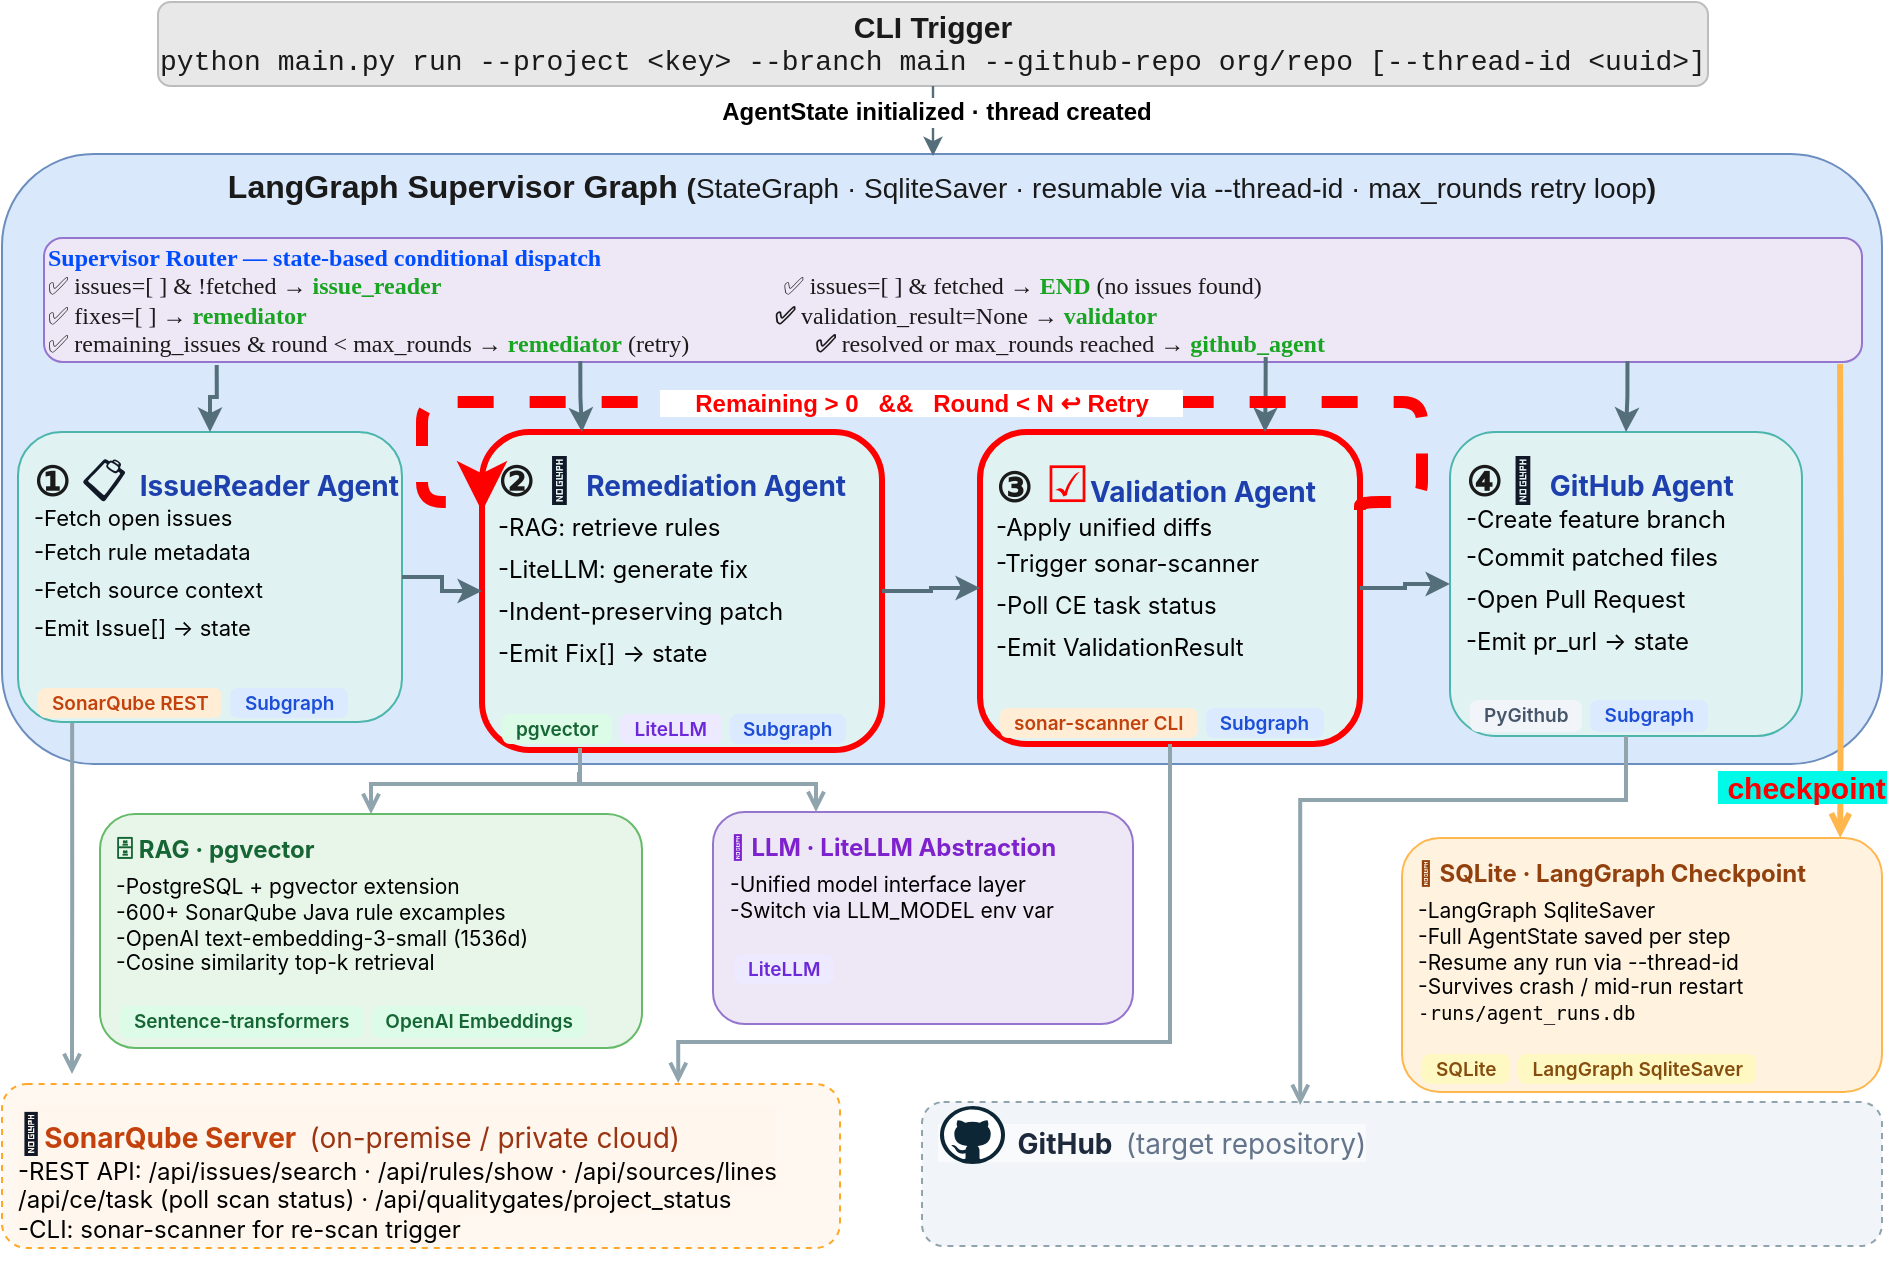
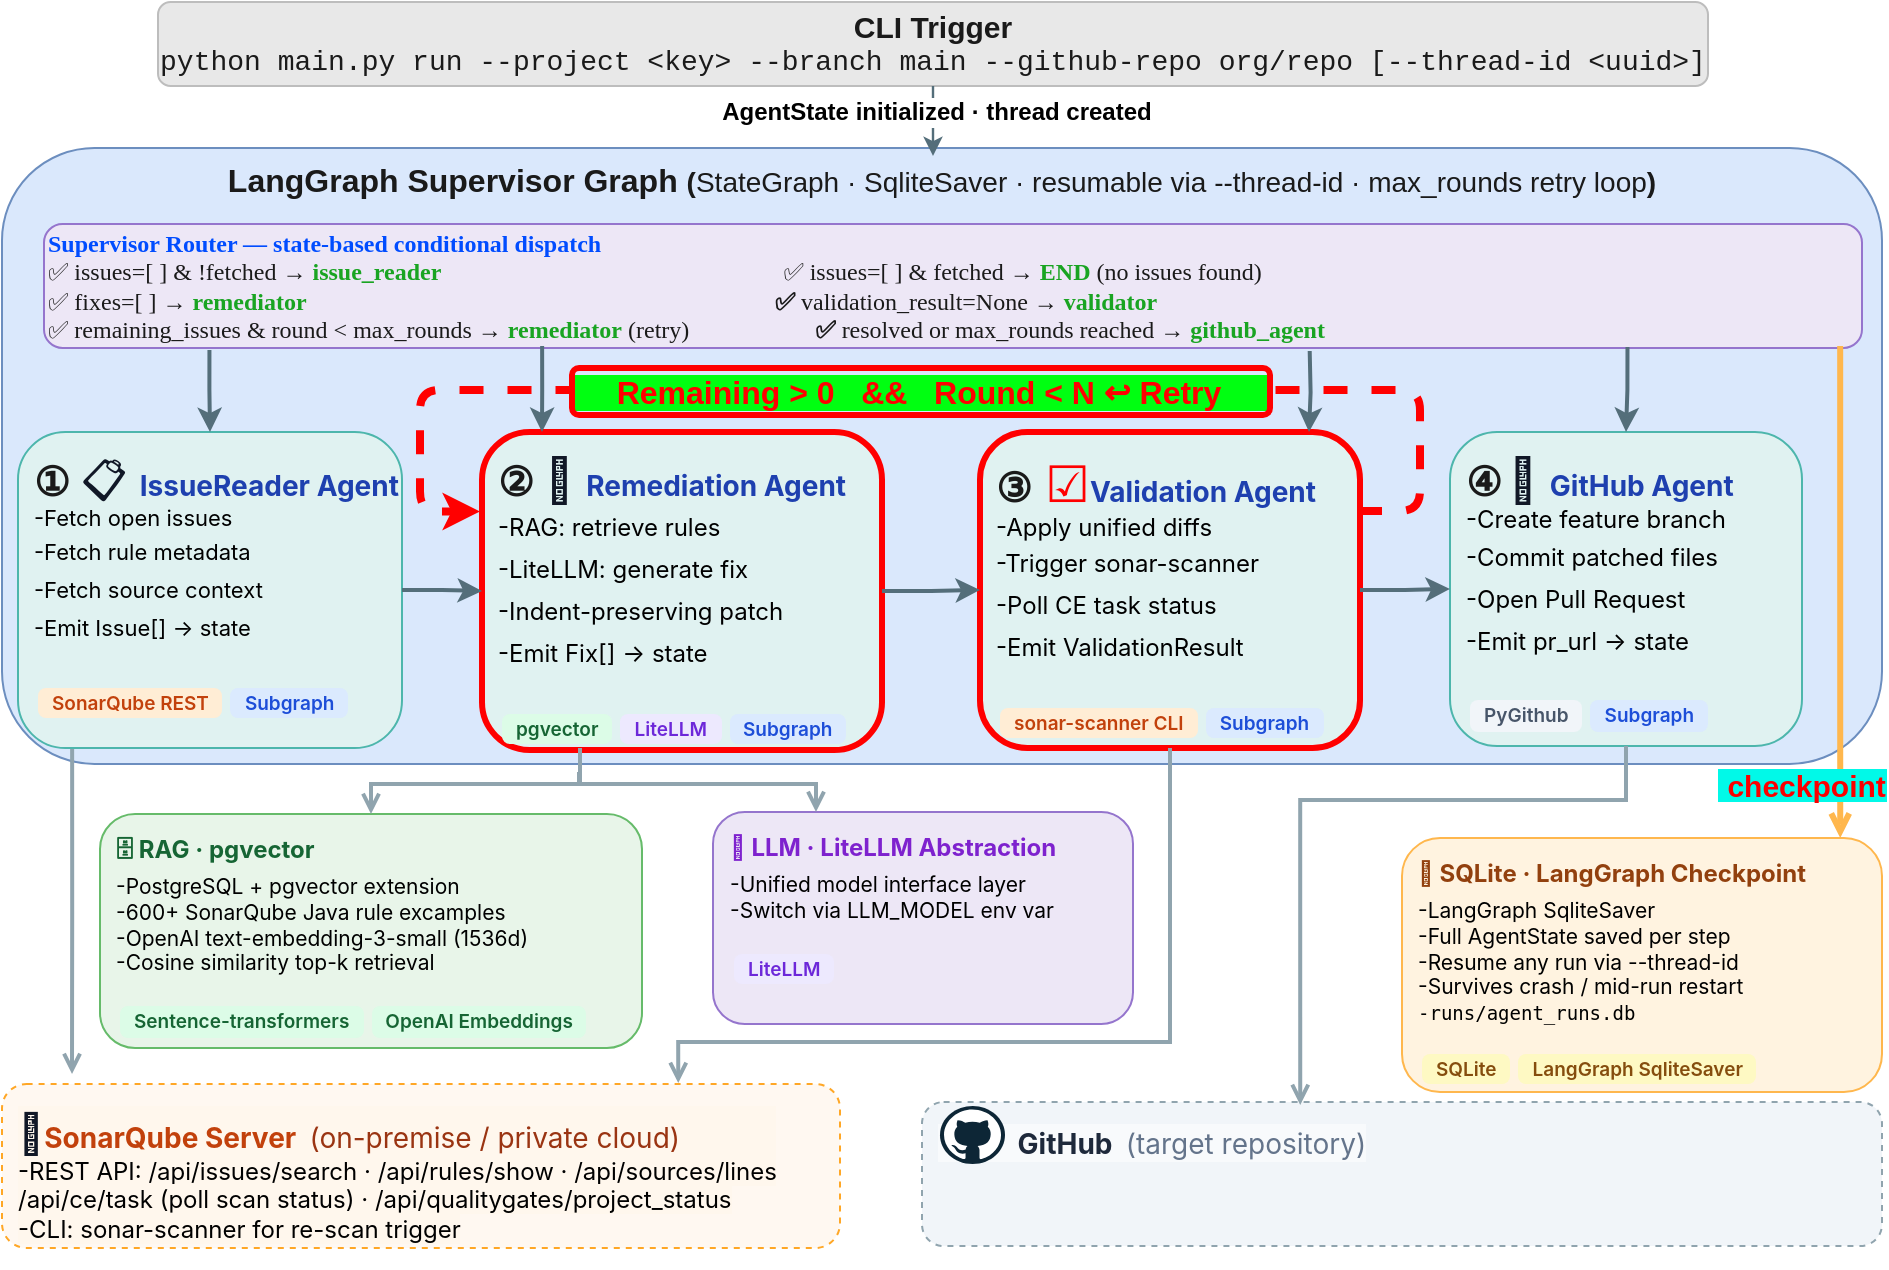
<mxfile host="Electron">
  <diagram id="sonarfix-ai" name="SonarFix AI Architecture">
-     <mxGraphModel dx="1414" dy="884" grid="0" gridSize="10" guides="1" tooltips="1" connect="1" arrows="1" fold="1" page="1" pageScale="1" pageWidth="1400" pageHeight="800" math="0" shadow="0">
+     <mxGraphModel dx="1006" dy="738" grid="0" gridSize="10" guides="1" tooltips="1" connect="1" arrows="1" fold="1" page="1" pageScale="1" pageWidth="1400" pageHeight="800" math="0" shadow="0">
      <root>
        <mxCell id="0" />
        <mxCell id="1" parent="0" />
        <mxCell id="o23SUQjP1X1r7azrbHUw-1" parent="1" style="rounded=1;whiteSpace=wrap;html=1;fillColor=#dae8fc;strokeColor=#6c8ebf;verticalAlign=top;" value="&lt;font style=&quot;color: rgb(26, 26, 26);&quot;&gt;&lt;b style=&quot;&quot;&gt;&lt;font style=&quot;font-size: 16px;&quot;&gt;LangGraph Supervisor Graph &lt;/font&gt;&lt;span style=&quot;font-size: 14px;&quot;&gt;(&lt;/span&gt;&lt;/b&gt;&lt;span style=&quot;font-size: 14px;&quot;&gt;StateGraph · SqliteSaver · resumable via --thread-id · max_rounds retry loop&lt;/span&gt;&lt;b style=&quot;font-size: 14px;&quot;&gt;)&lt;/b&gt;&lt;/font&gt;" vertex="1">
-           <mxGeometry height="305" width="940" x="50" y="110" as="geometry" />
+           <mxGeometry height="308" width="940" x="50" y="107" as="geometry" />
        </mxCell>
        <mxCell id="cli" parent="1" style="rounded=1;whiteSpace=wrap;html=1;fillColor=#e8e8e8;strokeColor=#bdbdbd;fontColor=#1a1a1a;fontSize=11;align=center;verticalAlign=middle;" value="&lt;font style=&quot;font-size: 15px;&quot;&gt;&lt;b&gt;CLI Trigger&lt;/b&gt;&lt;br&gt;&lt;/font&gt;&lt;font face=&quot;Courier New, monospace&quot; style=&quot;font-size: 14px;&quot;&gt;python main.py run --project &amp;lt;key&amp;gt; --branch main --github-repo org/repo [--thread-id &amp;lt;uuid&amp;gt;]&lt;/font&gt;" vertex="1">
          <mxGeometry height="42" width="775" x="128" y="34" as="geometry" />
        </mxCell>
        <mxCell id="supervisor" parent="1" style="rounded=1;whiteSpace=wrap;html=1;fillColor=#ede7f6;strokeColor=#9575cd;fontColor=#1a1a1a;fontSize=11;align=left;verticalAlign=middle;" value="&lt;div&gt;&lt;b&gt;&lt;font style=&quot;font-size: 12px; color: light-dark(rgb(0, 76, 255), rgb(237, 237, 237));&quot; face=&quot;Verdana&quot;&gt;Supervisor Router — state-based conditional dispatch&lt;/font&gt;&lt;/b&gt;&lt;/div&gt;&lt;div&gt;&lt;span style=&quot;background-color: transparent; font-size: 12px;&quot;&gt;&lt;font face=&quot;Verdana&quot;&gt;✅&lt;/font&gt;&lt;/span&gt;&lt;font face=&quot;Verdana&quot;&gt;&lt;font style=&quot;font-size: 12px;&quot;&gt;&lt;font style=&quot;&quot;&gt;&amp;nbsp;is&lt;/font&gt;&lt;font style=&quot;&quot;&gt;sues&lt;/font&gt;&lt;/font&gt;&lt;font style=&quot;font-size: 12px;&quot;&gt;=[ ] &amp;amp; !fetched → &lt;b&gt;&lt;font style=&quot;color: light-dark(rgb(25, 164, 34), rgb(237, 237, 237));&quot;&gt;issue_reader&lt;/font&gt;&lt;/b&gt;&amp;nbsp; &amp;nbsp; &amp;nbsp; &amp;nbsp; &amp;nbsp; &amp;nbsp; &amp;nbsp; &amp;nbsp; &amp;nbsp; &amp;nbsp; &amp;nbsp; &amp;nbsp; &amp;nbsp; &amp;nbsp; &amp;nbsp; &amp;nbsp; &amp;nbsp; &amp;nbsp; &amp;nbsp; &amp;nbsp; &amp;nbsp; &amp;nbsp; &amp;nbsp; &amp;nbsp; &amp;nbsp; &amp;nbsp; &amp;nbsp; &amp;nbsp; &amp;nbsp;&lt;/font&gt;&lt;/font&gt;&lt;span style=&quot;background-color: transparent; font-size: 12px;&quot;&gt;&lt;font face=&quot;Verdana&quot;&gt;✅&lt;/font&gt;&lt;/span&gt;&lt;b style=&quot;font-size: 12px; font-family: Verdana; background-color: transparent; color: light-dark(rgb(26, 26, 26), rgb(215, 215, 215));&quot;&gt;&amp;nbsp;&lt;/b&gt;&lt;span style=&quot;font-size: 12px; font-family: Verdana; background-color: transparent; color: light-dark(rgb(26, 26, 26), rgb(215, 215, 215));&quot;&gt;issues=[ ] &amp;amp; fetched → &lt;/span&gt;&lt;font style=&quot;font-size: 12px; font-family: Verdana; background-color: transparent; color: light-dark(rgb(25, 164, 34), rgb(43, 163, 51));&quot;&gt;&lt;b&gt;END&lt;/b&gt;&lt;/font&gt;&lt;span style=&quot;font-size: 12px; font-family: Verdana; background-color: transparent; color: light-dark(rgb(26, 26, 26), rgb(215, 215, 215));&quot;&gt; (no issues found)&lt;/span&gt;&lt;/div&gt;&lt;div&gt;&lt;span style=&quot;background-color: transparent; font-size: 12px;&quot;&gt;&lt;font face=&quot;Verdana&quot;&gt;✅&lt;/font&gt;&lt;/span&gt;&lt;font style=&quot;font-size: 12px;&quot; face=&quot;Verdana&quot;&gt;&amp;nbsp;fixes=[ ] → &lt;font style=&quot;color: rgb(25, 164, 34);&quot;&gt;&lt;b style=&quot;&quot;&gt;remediator&lt;/b&gt;&lt;/font&gt;&amp;nbsp; &amp;nbsp; &amp;nbsp; &amp;nbsp; &amp;nbsp; &amp;nbsp; &amp;nbsp; &amp;nbsp; &amp;nbsp; &amp;nbsp; &amp;nbsp; &amp;nbsp; &amp;nbsp; &amp;nbsp; &amp;nbsp; &amp;nbsp; &amp;nbsp; &amp;nbsp; &amp;nbsp; &amp;nbsp; &amp;nbsp; &amp;nbsp; &amp;nbsp; &amp;nbsp; &amp;nbsp; &amp;nbsp; &amp;nbsp; &amp;nbsp; &amp;nbsp; &amp;nbsp; &amp;nbsp; &amp;nbsp; &amp;nbsp; &amp;nbsp; &amp;nbsp; &amp;nbsp; &amp;nbsp; &amp;nbsp; &amp;nbsp;&amp;nbsp;&lt;/font&gt;&lt;span style=&quot;background-color: transparent; font-size: 12px;&quot;&gt;&lt;font face=&quot;Verdana&quot;&gt;&lt;b&gt;✅&lt;/b&gt;&lt;/font&gt;&lt;/span&gt;&lt;span style=&quot;font-size: 12px; font-family: Verdana; background-color: transparent; color: light-dark(rgb(26, 26, 26), rgb(215, 215, 215));&quot;&gt;&amp;nbsp;validation_result=None → &lt;/span&gt;&lt;font style=&quot;font-size: 12px; font-family: Verdana; background-color: transparent; color: light-dark(rgb(25, 164, 34), rgb(237, 237, 237));&quot;&gt;&lt;b&gt;validator&lt;/b&gt;&lt;/font&gt;&lt;/div&gt;&lt;div style=&quot;&quot;&gt;&lt;font style=&quot;&quot;&gt;&lt;span style=&quot;background-color: transparent; font-size: 12px;&quot;&gt;&lt;font face=&quot;Verdana&quot;&gt;✅&lt;/font&gt;&lt;/span&gt;&lt;font face=&quot;Verdana&quot; style=&quot;font-size: 12px;&quot;&gt;&amp;nbsp;remaining_issues &amp;amp; round &amp;lt; max_rounds → &lt;font style=&quot;color: rgb(25, 164, 34);&quot;&gt;&lt;b&gt;remediator&lt;/b&gt;&lt;/font&gt; (retry)&amp;nbsp; &amp;nbsp; &amp;nbsp; &amp;nbsp; &amp;nbsp; &amp;nbsp; &amp;nbsp; &amp;nbsp; &amp;nbsp; &amp;nbsp; &amp;nbsp;&lt;/font&gt;&lt;/font&gt;&lt;span style=&quot;background-color: transparent; font-size: 12px;&quot;&gt;&lt;font face=&quot;Verdana&quot;&gt;&lt;b&gt;✅&lt;/b&gt;&lt;/font&gt;&lt;/span&gt;&lt;font face=&quot;Verdana&quot; style=&quot;background-color: transparent; color: light-dark(rgb(26, 26, 26), rgb(215, 215, 215)); font-size: 12px;&quot;&gt;&amp;nbsp;resolved or max_rounds reached → &lt;/font&gt;&lt;font style=&quot;background-color: transparent; font-size: 12px; color: rgb(25, 164, 34);&quot;&gt;&lt;b&gt;&lt;font face=&quot;Verdana&quot;&gt;github_agent&lt;/font&gt;&lt;/b&gt;&lt;/font&gt;&lt;/div&gt;" vertex="1">
-           <mxGeometry height="62" width="909" x="71" y="152" as="geometry" />
+           <mxGeometry height="62" width="909" x="71" y="145" as="geometry" />
        </mxCell>
        <mxCell id="reader" parent="1" style="rounded=1;whiteSpace=wrap;html=1;fillColor=#e0f2f1;strokeColor=#4db6ac;fontColor=#1a1a1a;fontSize=10;align=left;spacingLeft=6;verticalAlign=top;spacingTop=4;" value="&lt;b&gt;&lt;font style=&quot;font-size: 20px;&quot;&gt;①&amp;nbsp;&lt;/font&gt;&lt;/b&gt;&lt;span style=&quot;color: rgb(17, 24, 39); font-family: -apple-system, &amp;quot;system-ui&amp;quot;, &amp;quot;Segoe UI&amp;quot;, Roboto, sans-serif; font-size: 22px; background-color: transparent;&quot;&gt;📋&amp;nbsp;&lt;/span&gt;&lt;span style=&quot;color: rgb(30, 64, 175); font-family: -apple-system, &amp;quot;system-ui&amp;quot;, &amp;quot;Segoe UI&amp;quot;, Roboto, sans-serif; font-weight: 700; background-color: transparent;&quot;&gt;&lt;font style=&quot;font-size: 14px;&quot;&gt;IssueReader Agent&lt;/font&gt;&lt;/span&gt;&lt;div&gt;&lt;span style=&quot;font-family: -apple-system, &amp;quot;system-ui&amp;quot;, &amp;quot;Segoe UI&amp;quot;, Roboto, sans-serif; background-color: transparent;&quot;&gt;&lt;font style=&quot;color: light-dark(rgb(0, 0, 0), rgb(134, 140, 152)); font-size: 11px;&quot;&gt;-Fetch open issues&lt;/font&gt;&lt;/span&gt;&lt;/div&gt;&lt;div&gt;&lt;ul class=&quot;agent-steps&quot; style=&quot;box-sizing: border-box; margin: 0px; padding: 0px; list-style: none; line-height: 1.75; font-family: -apple-system, &amp;quot;system-ui&amp;quot;, &amp;quot;Segoe UI&amp;quot;, Roboto, sans-serif; color: rgb(107, 114, 128);&quot;&gt;&lt;li style=&quot;box-sizing: border-box; margin: 0px; padding: 0px;&quot;&gt;&lt;font style=&quot;color: light-dark(rgb(0, 0, 0), rgb(134, 140, 152)); font-size: 11px;&quot;&gt;-Fetch rule metadata&lt;/font&gt;&lt;/li&gt;&lt;li style=&quot;box-sizing: border-box; margin: 0px; padding: 0px;&quot;&gt;&lt;font style=&quot;color: light-dark(rgb(0, 0, 0), rgb(134, 140, 152)); font-size: 11px;&quot;&gt;-Fetch source context&lt;/font&gt;&lt;/li&gt;&lt;li style=&quot;box-sizing: border-box; margin: 0px; padding: 0px;&quot;&gt;&lt;font style=&quot;color: light-dark(rgb(0, 0, 0), rgb(134, 140, 152)); font-size: 11px;&quot;&gt;-Emit Issue[] → state&lt;/font&gt;&lt;/li&gt;&lt;li style=&quot;color: rgb(107, 114, 128); box-sizing: border-box; margin: 0px; padding: 0px;&quot;&gt;&lt;br&gt;&lt;/li&gt;&lt;/ul&gt;&lt;span class=&quot;badge b-orange&quot; style=&quot;box-sizing: border-box; margin: 2px; padding: 2px 7px; display: inline-block; font-size: 9.5px; font-weight: 600; border-radius: 4px; background: rgb(255, 237, 213); color: rgb(194, 65, 12); font-family: -apple-system, &amp;quot;system-ui&amp;quot;, &amp;quot;Segoe UI&amp;quot;, Roboto, sans-serif;&quot;&gt;SonarQube REST&lt;/span&gt;&lt;span class=&quot;badge b-blue&quot; style=&quot;box-sizing: border-box; margin: 2px; padding: 2px 7px; display: inline-block; font-size: 9.5px; font-weight: 600; border-radius: 4px; background: rgb(219, 234, 254); color: rgb(29, 78, 216); font-family: -apple-system, &amp;quot;system-ui&amp;quot;, &amp;quot;Segoe UI&amp;quot;, Roboto, sans-serif;&quot;&gt;Subgraph&lt;/span&gt;&lt;/div&gt;" vertex="1">
-           <mxGeometry height="145" width="192" x="58" y="249" as="geometry" />
+           <mxGeometry height="158" width="192" x="58" y="249" as="geometry" />
        </mxCell>
        <mxCell id="remediator" parent="1" style="rounded=1;whiteSpace=wrap;html=1;fillColor=#e0f2f1;strokeColor=light-dark(#ff0000, #1e7870);fontColor=#1a1a1a;fontSize=10;align=left;spacingLeft=6;verticalAlign=top;spacingTop=4;strokeWidth=3;" value="&lt;b&gt;&lt;font style=&quot;font-size: 20px;&quot;&gt;②&amp;nbsp;&lt;/font&gt;&lt;/b&gt;&lt;span style=&quot;color: rgb(17, 24, 39); font-family: -apple-system, &amp;quot;system-ui&amp;quot;, &amp;quot;Segoe UI&amp;quot;, Roboto, sans-serif; font-size: 22px; background-color: transparent;&quot;&gt;🔧&amp;nbsp;&lt;/span&gt;&lt;span style=&quot;color: rgb(30, 64, 175); font-family: -apple-system, &amp;quot;system-ui&amp;quot;, &amp;quot;Segoe UI&amp;quot;, Roboto, sans-serif; font-weight: 700; background-color: transparent;&quot;&gt;&lt;font style=&quot;font-size: 14px;&quot;&gt;Remediation Agent&lt;/font&gt;&lt;/span&gt;&lt;div&gt;&lt;ul class=&quot;agent-steps&quot; style=&quot;box-sizing: border-box; margin: 0px; padding: 0px; list-style: none; line-height: 1.75; font-family: -apple-system, &amp;quot;system-ui&amp;quot;, &amp;quot;Segoe UI&amp;quot;, Roboto, sans-serif;&quot;&gt;&lt;li style=&quot;box-sizing: border-box; margin: 0px; padding: 0px;&quot;&gt;&lt;font style=&quot;color: light-dark(rgb(0, 0, 0), rgb(134, 140, 152)); font-size: 12px;&quot;&gt;-RAG: retrieve rules&lt;/font&gt;&lt;/li&gt;&lt;li style=&quot;box-sizing: border-box; margin: 0px; padding: 0px;&quot;&gt;&lt;font style=&quot;color: light-dark(rgb(0, 0, 0), rgb(134, 140, 152)); font-size: 12px;&quot;&gt;-LiteLLM: generate fix&lt;/font&gt;&lt;/li&gt;&lt;li style=&quot;box-sizing: border-box; margin: 0px; padding: 0px;&quot;&gt;&lt;font style=&quot;color: light-dark(rgb(0, 0, 0), rgb(134, 140, 152)); font-size: 12px;&quot;&gt;-Indent-preserving patch&lt;/font&gt;&lt;/li&gt;&lt;li style=&quot;box-sizing: border-box; margin: 0px; padding: 0px;&quot;&gt;&lt;font style=&quot;color: light-dark(rgb(0, 0, 0), rgb(134, 140, 152)); font-size: 12px;&quot;&gt;-Emit Fix[] → state&lt;/font&gt;&lt;/li&gt;&lt;li style=&quot;color: rgb(107, 114, 128); box-sizing: border-box; margin: 0px; padding: 0px;&quot;&gt;&lt;br&gt;&lt;/li&gt;&lt;/ul&gt;&lt;span class=&quot;badge b-green&quot; style=&quot;box-sizing: border-box; margin: 2px; padding: 2px 7px; display: inline-block; font-size: 9.5px; font-weight: 600; border-radius: 4px; background: rgb(220, 252, 231); color: rgb(22, 101, 52); font-family: -apple-system, &amp;quot;system-ui&amp;quot;, &amp;quot;Segoe UI&amp;quot;, Roboto, sans-serif;&quot;&gt;pgvector&lt;/span&gt;&lt;span class=&quot;badge b-purple&quot; style=&quot;box-sizing: border-box; margin: 2px; padding: 2px 7px; display: inline-block; font-size: 9.5px; font-weight: 600; border-radius: 4px; background: rgb(237, 233, 254); color: rgb(109, 40, 217); font-family: -apple-system, &amp;quot;system-ui&amp;quot;, &amp;quot;Segoe UI&amp;quot;, Roboto, sans-serif;&quot;&gt;LiteLLM&lt;/span&gt;&lt;span class=&quot;badge b-blue&quot; style=&quot;box-sizing: border-box; margin: 2px; padding: 2px 7px; display: inline-block; font-size: 9.5px; font-weight: 600; border-radius: 4px; background: rgb(219, 234, 254); color: rgb(29, 78, 216); font-family: -apple-system, &amp;quot;system-ui&amp;quot;, &amp;quot;Segoe UI&amp;quot;, Roboto, sans-serif;&quot;&gt;Subgraph&lt;/span&gt;&lt;/div&gt;&lt;div&gt;&lt;span style=&quot;background-color: rgb(237, 233, 254); color: rgb(109, 40, 217); font-family: -apple-system, &amp;quot;system-ui&amp;quot;, &amp;quot;Segoe UI&amp;quot;, Roboto, sans-serif; font-size: 9.5px; font-weight: 600;&quot;&gt;&lt;br&gt;&lt;/span&gt;&lt;/div&gt;" vertex="1">
          <mxGeometry height="159" width="200" x="290" y="249" as="geometry" />
        </mxCell>
        <mxCell id="validator" parent="1" style="rounded=1;whiteSpace=wrap;html=1;fillColor=#e0f2f1;strokeColor=light-dark(#ff0000, #1e7870);fontColor=#1a1a1a;fontSize=10;align=left;spacingLeft=6;verticalAlign=top;spacingTop=4;strokeWidth=3;" value="&lt;font style=&quot;&quot;&gt;&lt;b style=&quot;&quot;&gt;&lt;font style=&quot;font-size: 20px;&quot;&gt;③&lt;/font&gt;&lt;span style=&quot;font-size: 12px;&quot;&gt;&amp;nbsp;&amp;nbsp;&lt;/span&gt;&lt;/b&gt;&lt;/font&gt;&lt;span style=&quot;font-family: -apple-system, &amp;quot;system-ui&amp;quot;, &amp;quot;Segoe UI&amp;quot;, Roboto, sans-serif; font-weight: 700;&quot;&gt;&lt;span style=&quot;font-family: -apple-system, &amp;quot;system-ui&amp;quot;, &amp;quot;Helvetica Neue&amp;quot;, &amp;quot;PingFang SC&amp;quot;, &amp;quot;Microsoft YaHei&amp;quot;, &amp;quot;Source Han Sans SC&amp;quot;, &amp;quot;Noto Sans CJK SC&amp;quot;, &amp;quot;WenQuanYi Micro Hei&amp;quot;, &amp;quot;MiSans L3&amp;quot;, &amp;quot;Segoe UI&amp;quot;, sans-serif; font-weight: 400;&quot;&gt;&lt;font style=&quot;color: light-dark(rgb(255, 0, 0), rgb(185, 188, 193)); font-size: 25px;&quot;&gt;☑&lt;/font&gt;&lt;/span&gt;&lt;font color=&quot;#1e40af&quot; style=&quot;font-size: 14px;&quot;&gt;Validation Agent&lt;/font&gt;&lt;/span&gt;&lt;div&gt;&lt;span style=&quot;font-family: -apple-system, &amp;quot;system-ui&amp;quot;, &amp;quot;Segoe UI&amp;quot;, Roboto, sans-serif; background-color: transparent;&quot;&gt;&lt;font style=&quot;color: light-dark(rgb(0, 0, 0), rgb(134, 140, 152)); font-size: 12px;&quot;&gt;-Apply unified diffs&lt;/font&gt;&lt;/span&gt;&lt;/div&gt;&lt;div&gt;&lt;ul class=&quot;agent-steps&quot; style=&quot;box-sizing: border-box; margin: 0px; padding: 0px; list-style: none; line-height: 1.75; font-family: -apple-system, &amp;quot;system-ui&amp;quot;, &amp;quot;Segoe UI&amp;quot;, Roboto, sans-serif; color: rgb(107, 114, 128);&quot;&gt;&lt;li style=&quot;box-sizing: border-box; margin: 0px; padding: 0px;&quot;&gt;&lt;font style=&quot;color: light-dark(rgb(0, 0, 0), rgb(134, 140, 152)); font-size: 12px;&quot;&gt;-Trigger sonar-scanner&lt;/font&gt;&lt;/li&gt;&lt;li style=&quot;box-sizing: border-box; margin: 0px; padding: 0px;&quot;&gt;&lt;font style=&quot;color: light-dark(rgb(0, 0, 0), rgb(134, 140, 152)); font-size: 12px;&quot;&gt;-Poll CE task status&lt;/font&gt;&lt;/li&gt;&lt;li style=&quot;box-sizing: border-box; margin: 0px; padding: 0px;&quot;&gt;&lt;font style=&quot;color: light-dark(rgb(0, 0, 0), rgb(134, 140, 152)); font-size: 12px;&quot;&gt;-Emit ValidationResult&lt;/font&gt;&lt;/li&gt;&lt;li style=&quot;color: rgb(107, 114, 128); box-sizing: border-box; margin: 0px; padding: 0px;&quot;&gt;&lt;br&gt;&lt;/li&gt;&lt;/ul&gt;&lt;span class=&quot;badge b-orange&quot; style=&quot;box-sizing: border-box; margin: 2px; padding: 2px 7px; display: inline-block; font-size: 9.5px; font-weight: 600; border-radius: 4px; background: rgb(255, 237, 213); color: rgb(194, 65, 12); font-family: -apple-system, &amp;quot;system-ui&amp;quot;, &amp;quot;Segoe UI&amp;quot;, Roboto, sans-serif;&quot;&gt;sonar-scanner CLI&lt;/span&gt;&lt;span class=&quot;badge b-blue&quot; style=&quot;box-sizing: border-box; margin: 2px; padding: 2px 7px; display: inline-block; font-size: 9.5px; font-weight: 600; border-radius: 4px; background: rgb(219, 234, 254); color: rgb(29, 78, 216); font-family: -apple-system, &amp;quot;system-ui&amp;quot;, &amp;quot;Segoe UI&amp;quot;, Roboto, sans-serif;&quot;&gt;Subgraph&lt;/span&gt;&lt;/div&gt;" vertex="1">
-           <mxGeometry height="156" width="190" x="539" y="249" as="geometry" />
+           <mxGeometry height="158" width="190" x="539" y="249" as="geometry" />
        </mxCell>
        <mxCell id="github-agent" parent="1" style="rounded=1;whiteSpace=wrap;html=1;fillColor=#e0f2f1;strokeColor=#4db6ac;fontColor=#1a1a1a;fontSize=10;align=left;spacingLeft=6;verticalAlign=top;spacingTop=4;" value="&lt;b&gt;&lt;font style=&quot;font-size: 20px;&quot;&gt;④&lt;/font&gt;&lt;font style=&quot;font-size: 12px;&quot;&gt;&amp;nbsp;&lt;/font&gt;&lt;/b&gt;&lt;span style=&quot;color: rgb(17, 24, 39); font-family: -apple-system, &amp;quot;system-ui&amp;quot;, &amp;quot;Segoe UI&amp;quot;, Roboto, sans-serif; font-size: 22px; background-color: transparent;&quot;&gt;🐙&amp;nbsp;&lt;/span&gt;&lt;span style=&quot;color: rgb(30, 64, 175); font-family: -apple-system, &amp;quot;system-ui&amp;quot;, &amp;quot;Segoe UI&amp;quot;, Roboto, sans-serif; font-weight: 700; background-color: transparent;&quot;&gt;&lt;font style=&quot;font-size: 14px;&quot;&gt;GitHub Agent&lt;/font&gt;&lt;/span&gt;&lt;ul class=&quot;agent-steps&quot; style=&quot;box-sizing: border-box; margin: 0px; padding: 0px; list-style: none; color: rgb(107, 114, 128); line-height: 1.75; font-family: -apple-system, &amp;quot;system-ui&amp;quot;, &amp;quot;Segoe UI&amp;quot;, Roboto, sans-serif;&quot;&gt;&lt;/ul&gt;&lt;div&gt;&lt;span style=&quot;font-family: -apple-system, &amp;quot;system-ui&amp;quot;, &amp;quot;Segoe UI&amp;quot;, Roboto, sans-serif; background-color: transparent;&quot;&gt;&lt;font style=&quot;color: light-dark(rgb(0, 0, 0), rgb(134, 140, 152)); font-size: 12px;&quot;&gt;-Create feature branch&lt;/font&gt;&lt;/span&gt;&lt;/div&gt;&lt;div&gt;&lt;ul class=&quot;agent-steps&quot; style=&quot;box-sizing: border-box; margin: 0px; padding: 0px; list-style: none; line-height: 1.75; font-family: -apple-system, &amp;quot;system-ui&amp;quot;, &amp;quot;Segoe UI&amp;quot;, Roboto, sans-serif; color: rgb(107, 114, 128);&quot;&gt;&lt;li style=&quot;box-sizing: border-box; margin: 0px; padding: 0px;&quot;&gt;&lt;font style=&quot;color: light-dark(rgb(0, 0, 0), rgb(134, 140, 152)); font-size: 12px;&quot;&gt;-Commit patched files&lt;/font&gt;&lt;/li&gt;&lt;li style=&quot;box-sizing: border-box; margin: 0px; padding: 0px;&quot;&gt;&lt;font style=&quot;color: light-dark(rgb(0, 0, 0), rgb(134, 140, 152)); font-size: 12px;&quot;&gt;-Open Pull Request&lt;/font&gt;&lt;/li&gt;&lt;li style=&quot;box-sizing: border-box; margin: 0px; padding: 0px;&quot;&gt;&lt;font style=&quot;color: light-dark(rgb(0, 0, 0), rgb(134, 140, 152)); font-size: 12px;&quot;&gt;-Emit pr_url → state&lt;/font&gt;&lt;/li&gt;&lt;li style=&quot;color: rgb(107, 114, 128); box-sizing: border-box; margin: 0px; padding: 0px;&quot;&gt;&lt;br&gt;&lt;/li&gt;&lt;/ul&gt;&lt;span class=&quot;badge b-gray&quot; style=&quot;box-sizing: border-box; margin: 2px; padding: 2px 7px; display: inline-block; font-size: 9.5px; font-weight: 600; border-radius: 4px; background: rgb(241, 245, 249); color: rgb(71, 85, 105); font-family: -apple-system, &amp;quot;system-ui&amp;quot;, &amp;quot;Segoe UI&amp;quot;, Roboto, sans-serif;&quot;&gt;PyGithub&lt;/span&gt;&lt;span class=&quot;badge b-blue&quot; style=&quot;box-sizing: border-box; margin: 2px; padding: 2px 7px; display: inline-block; font-size: 9.5px; font-weight: 600; border-radius: 4px; background: rgb(219, 234, 254); color: rgb(29, 78, 216); font-family: -apple-system, &amp;quot;system-ui&amp;quot;, &amp;quot;Segoe UI&amp;quot;, Roboto, sans-serif;&quot;&gt;Subgraph&lt;/span&gt;&lt;/div&gt;" vertex="1">
-           <mxGeometry height="152" width="176" x="774" y="249" as="geometry" />
+           <mxGeometry height="157" width="176" x="774" y="249" as="geometry" />
        </mxCell>
        <mxCell id="rag" parent="1" style="rounded=1;whiteSpace=wrap;html=1;fillColor=#e8f5e9;strokeColor=#66bb6a;fontColor=#1a1a1a;fontSize=10;align=left;spacingLeft=6;verticalAlign=top;spacingTop=4;" value="&lt;div class=&quot;infra-title&quot; style=&quot;box-sizing: border-box; margin: 0px 0px 6px; padding: 0px; font-size: 12px; font-weight: 700; color: rgb(22, 101, 52); font-family: -apple-system, &amp;quot;system-ui&amp;quot;, &amp;quot;Segoe UI&amp;quot;, Roboto, sans-serif;&quot;&gt;🗄️ RAG · pgvector&lt;/div&gt;&lt;div&gt;&lt;span style=&quot;font-family: -apple-system, &amp;quot;system-ui&amp;quot;, &amp;quot;Segoe UI&amp;quot;, Roboto, sans-serif; font-size: 10.5px; background-color: transparent;&quot;&gt;&lt;font style=&quot;color: light-dark(rgb(0, 0, 0), rgb(134, 140, 152));&quot;&gt;-PostgreSQL + pgvector extension&lt;/font&gt;&lt;/span&gt;&lt;/div&gt;&lt;div&gt;&lt;span&gt;&lt;font style=&quot;color: light-dark(rgb(0, 0, 0), rgb(134, 140, 152));&quot;&gt;&lt;span style=&quot;font-family: -apple-system, &amp;quot;system-ui&amp;quot;, &amp;quot;Segoe UI&amp;quot;, Roboto, sans-serif; font-size: 10.5px;&quot;&gt;-600+ SonarQube Java rule excamples&lt;/span&gt;&lt;br style=&quot;box-sizing: border-box; margin: 0px; padding: 0px; font-family: -apple-system, &amp;quot;system-ui&amp;quot;, &amp;quot;Segoe UI&amp;quot;, Roboto, sans-serif; font-size: 10.5px;&quot;&gt;&lt;span style=&quot;font-family: -apple-system, &amp;quot;system-ui&amp;quot;, &amp;quot;Segoe UI&amp;quot;, Roboto, sans-serif; font-size: 10.5px;&quot;&gt;-OpenAI text-embedding-3-small (1536d)&lt;/span&gt;&lt;br style=&quot;box-sizing: border-box; margin: 0px; padding: 0px; font-family: -apple-system, &amp;quot;system-ui&amp;quot;, &amp;quot;Segoe UI&amp;quot;, Roboto, sans-serif; font-size: 10.5px;&quot;&gt;&lt;span style=&quot;font-family: -apple-system, &amp;quot;system-ui&amp;quot;, &amp;quot;Segoe UI&amp;quot;, Roboto, sans-serif; font-size: 10.5px;&quot;&gt;-Cosine similarity top-k retrieval&lt;/span&gt;&lt;/font&gt;&lt;/span&gt;&lt;/div&gt;&lt;div&gt;&lt;span&gt;&lt;span style=&quot;color: rgb(107, 114, 128); font-family: -apple-system, &amp;quot;system-ui&amp;quot;, &amp;quot;Segoe UI&amp;quot;, Roboto, sans-serif; font-size: 10.5px;&quot;&gt;&lt;br&gt;&lt;/span&gt;&lt;/span&gt;&lt;/div&gt;&lt;div&gt;&lt;span class=&quot;badge b-green&quot; style=&quot;box-sizing: border-box; margin: 2px; padding: 2px 7px; display: inline-block; font-size: 9.5px; font-weight: 600; border-radius: 4px; background: rgb(220, 252, 231); color: rgb(22, 101, 52); font-family: -apple-system, &amp;quot;system-ui&amp;quot;, &amp;quot;Segoe UI&amp;quot;, Roboto, sans-serif;&quot;&gt;Sentence-transformers&lt;/span&gt;&lt;span class=&quot;badge b-green&quot; style=&quot;box-sizing: border-box; margin: 2px; padding: 2px 7px; display: inline-block; font-size: 9.5px; font-weight: 600; border-radius: 4px; background: rgb(220, 252, 231); color: rgb(22, 101, 52); font-family: -apple-system, &amp;quot;system-ui&amp;quot;, &amp;quot;Segoe UI&amp;quot;, Roboto, sans-serif;&quot;&gt;OpenAI Embeddings&lt;/span&gt;&lt;/div&gt;" vertex="1">
          <mxGeometry height="117" width="271" x="99" y="440" as="geometry" />
        </mxCell>
        <mxCell id="litellm" parent="1" style="rounded=1;whiteSpace=wrap;html=1;fillColor=#ede7f6;strokeColor=#9575cd;fontColor=#1a1a1a;fontSize=10;align=left;spacingLeft=6;verticalAlign=top;spacingTop=4;" value="&lt;div class=&quot;infra-title&quot; style=&quot;box-sizing: border-box; margin: 0px 0px 6px; padding: 0px; font-size: 12px; font-weight: 700; color: rgb(126, 34, 206); font-family: -apple-system, &amp;quot;system-ui&amp;quot;, &amp;quot;Segoe UI&amp;quot;, Roboto, sans-serif;&quot;&gt;🤖 LLM · LiteLLM Abstraction&lt;/div&gt;&lt;div&gt;&lt;span style=&quot;font-family: -apple-system, &amp;quot;system-ui&amp;quot;, &amp;quot;Segoe UI&amp;quot;, Roboto, sans-serif; font-size: 10.5px; background-color: transparent;&quot;&gt;&lt;font style=&quot;color: light-dark(rgb(0, 0, 0), rgb(134, 140, 152));&quot;&gt;-Unified model interface layer&lt;/font&gt;&lt;/span&gt;&lt;/div&gt;&lt;div&gt;&lt;span&gt;&lt;span style=&quot;font-family: -apple-system, &amp;quot;system-ui&amp;quot;, &amp;quot;Segoe UI&amp;quot;, Roboto, sans-serif; font-size: 10.5px; color: rgb(107, 114, 128);&quot;&gt;&lt;font style=&quot;color: light-dark(rgb(0, 0, 0), rgb(134, 140, 152));&quot;&gt;-Switch via LLM_MODEL env var&lt;/font&gt;&lt;/span&gt;&lt;br style=&quot;box-sizing: border-box; margin: 0px; padding: 0px; color: rgb(107, 114, 128); font-family: -apple-system, &amp;quot;system-ui&amp;quot;, &amp;quot;Segoe UI&amp;quot;, Roboto, sans-serif; font-size: 10.5px;&quot;&gt;&lt;/span&gt;&lt;br&gt;&lt;/div&gt;&lt;div&gt;&lt;span class=&quot;badge b-purple&quot; style=&quot;box-sizing: border-box; margin: 2px; padding: 2px 7px; display: inline-block; font-size: 9.5px; font-weight: 600; border-radius: 4px; background: rgb(237, 233, 254); color: rgb(109, 40, 217); font-family: -apple-system, &amp;quot;system-ui&amp;quot;, &amp;quot;Segoe UI&amp;quot;, Roboto, sans-serif;&quot;&gt;LiteLLM&lt;/span&gt;&lt;/div&gt;" vertex="1">
          <mxGeometry height="106" width="210" x="405.5" y="439" as="geometry" />
        </mxCell>
        <mxCell id="sqlite" parent="1" style="rounded=1;whiteSpace=wrap;html=1;fillColor=#fff3e0;strokeColor=#ffb74d;fontColor=#1a1a1a;fontSize=10;align=left;spacingLeft=6;verticalAlign=top;spacingTop=4;" value="&lt;div&gt;&lt;div class=&quot;infra-title&quot; style=&quot;box-sizing: border-box; margin: 0px 0px 6px; padding: 0px; font-size: 12px; font-weight: 700; color: rgb(146, 64, 14); font-family: -apple-system, &amp;quot;system-ui&amp;quot;, &amp;quot;Segoe UI&amp;quot;, Roboto, sans-serif;&quot;&gt;💾 SQLite · LangGraph Checkpoint&lt;/div&gt;&lt;/div&gt;&lt;div&gt;&lt;span&gt;&lt;font style=&quot;color: light-dark(rgb(0, 0, 0), rgb(134, 140, 152));&quot;&gt;&lt;span style=&quot;font-family: -apple-system, &amp;quot;system-ui&amp;quot;, &amp;quot;Segoe UI&amp;quot;, Roboto, sans-serif; font-size: 10.5px;&quot;&gt;-LangGraph SqliteSaver&lt;/span&gt;&lt;br style=&quot;box-sizing: border-box; margin: 0px; padding: 0px; font-family: -apple-system, &amp;quot;system-ui&amp;quot;, &amp;quot;Segoe UI&amp;quot;, Roboto, sans-serif; font-size: 10.5px;&quot;&gt;&lt;span style=&quot;font-family: -apple-system, &amp;quot;system-ui&amp;quot;, &amp;quot;Segoe UI&amp;quot;, Roboto, sans-serif; font-size: 10.5px;&quot;&gt;-Full AgentState saved per step&lt;/span&gt;&lt;br style=&quot;box-sizing: border-box; margin: 0px; padding: 0px; font-family: -apple-system, &amp;quot;system-ui&amp;quot;, &amp;quot;Segoe UI&amp;quot;, Roboto, sans-serif; font-size: 10.5px;&quot;&gt;&lt;span style=&quot;font-family: -apple-system, &amp;quot;system-ui&amp;quot;, &amp;quot;Segoe UI&amp;quot;, Roboto, sans-serif; font-size: 10.5px;&quot;&gt;-Resume any run via --thread-id&lt;/span&gt;&lt;br style=&quot;box-sizing: border-box; margin: 0px; padding: 0px; font-family: -apple-system, &amp;quot;system-ui&amp;quot;, &amp;quot;Segoe UI&amp;quot;, Roboto, sans-serif; font-size: 10.5px;&quot;&gt;&lt;span style=&quot;font-family: -apple-system, &amp;quot;system-ui&amp;quot;, &amp;quot;Segoe UI&amp;quot;, Roboto, sans-serif; font-size: 10.5px;&quot;&gt;-Survives crash / mid-run restart&lt;/span&gt;&lt;br style=&quot;box-sizing: border-box; margin: 0px; padding: 0px; font-family: -apple-system, &amp;quot;system-ui&amp;quot;, &amp;quot;Segoe UI&amp;quot;, Roboto, sans-serif; font-size: 10.5px;&quot;&gt;&lt;code style=&quot;box-sizing: border-box; margin: 0px; padding: 0px; font-size: 9.5px;&quot;&gt;-runs/agent_runs.db&lt;/code&gt;&lt;/font&gt;&lt;/span&gt;&lt;br&gt;&lt;br&gt;&lt;/div&gt;&lt;div&gt;&lt;span class=&quot;badge b-yellow&quot; style=&quot;box-sizing: border-box; margin: 2px; padding: 2px 7px; display: inline-block; font-size: 9.5px; font-weight: 600; border-radius: 4px; background: rgb(254, 249, 195); color: rgb(133, 77, 14); font-family: -apple-system, &amp;quot;system-ui&amp;quot;, &amp;quot;Segoe UI&amp;quot;, Roboto, sans-serif;&quot;&gt;SQLite&lt;/span&gt;&lt;span class=&quot;badge b-yellow&quot; style=&quot;box-sizing: border-box; margin: 2px; padding: 2px 7px; display: inline-block; font-size: 9.5px; font-weight: 600; border-radius: 4px; background: rgb(254, 249, 195); color: rgb(133, 77, 14); font-family: -apple-system, &amp;quot;system-ui&amp;quot;, &amp;quot;Segoe UI&amp;quot;, Roboto, sans-serif;&quot;&gt;LangGraph SqliteSaver&lt;/span&gt;&lt;/div&gt;" vertex="1">
          <mxGeometry height="127" width="240" x="750" y="452" as="geometry" />
        </mxCell>
        <mxCell id="sonar" parent="1" style="rounded=1;whiteSpace=wrap;html=1;fillColor=#fff8f1;strokeColor=#ffa726;fontColor=#1a1a1a;fontSize=10;dashed=1;align=left;spacingLeft=6;verticalAlign=top;spacingTop=4;" value="&lt;div class=&quot;ext-icon&quot; style=&quot;box-sizing: border-box; margin: 0px; padding: 2px 0px 0px; color: rgb(17, 24, 39); font-family: -apple-system, &amp;quot;system-ui&amp;quot;, &amp;quot;Segoe UI&amp;quot;, Roboto, sans-serif; background-color: rgb(255, 247, 237);&quot;&gt;&lt;font style=&quot;font-size: 20px;&quot;&gt;🔎&lt;/font&gt;&lt;font style=&quot;font-size: 14px;&quot;&gt;&lt;span style=&quot;color: rgb(194, 65, 12); font-weight: 700;&quot;&gt;SonarQube Server &amp;nbsp;&lt;/span&gt;&lt;span style=&quot;box-sizing: border-box; margin: 0px; padding: 0px; color: rgb(154, 52, 18);&quot;&gt;(on-premise / private cloud)&lt;/span&gt;&lt;/font&gt;&lt;/div&gt;&lt;font style=&quot;font-size: 12px; color: light-dark(rgb(0, 0, 0), rgb(134, 140, 152));&quot;&gt;&lt;span style=&quot;font-family: -apple-system, &amp;quot;system-ui&amp;quot;, &amp;quot;Segoe UI&amp;quot;, Roboto, sans-serif; background-color: rgb(255, 247, 237);&quot;&gt;-REST API: /api/issues/search · /api/rules/show · /api/sources/lines&lt;/span&gt;&lt;br style=&quot;box-sizing: border-box; margin: 0px; padding: 0px; font-family: -apple-system, &amp;quot;system-ui&amp;quot;, &amp;quot;Segoe UI&amp;quot;, Roboto, sans-serif; background-color: rgb(255, 247, 237);&quot;&gt;&lt;span style=&quot;font-family: -apple-system, &amp;quot;system-ui&amp;quot;, &amp;quot;Segoe UI&amp;quot;, Roboto, sans-serif; background-color: rgb(255, 247, 237);&quot;&gt;/api/ce/task (poll scan status) · /api/qualitygates/project_status&lt;/span&gt;&lt;br style=&quot;box-sizing: border-box; margin: 0px; padding: 0px; font-family: -apple-system, &amp;quot;system-ui&amp;quot;, &amp;quot;Segoe UI&amp;quot;, Roboto, sans-serif; background-color: rgb(255, 247, 237);&quot;&gt;&lt;span style=&quot;font-family: -apple-system, &amp;quot;system-ui&amp;quot;, &amp;quot;Segoe UI&amp;quot;, Roboto, sans-serif; background-color: rgb(255, 247, 237);&quot;&gt;-CLI: sonar-scanner for re-scan trigger&lt;/span&gt;&lt;/font&gt;&lt;div&gt;&lt;br&gt;&lt;/div&gt;" vertex="1">
          <mxGeometry height="82" width="419" x="50" y="575" as="geometry" />
        </mxCell>
        <mxCell id="gh" parent="1" style="rounded=1;whiteSpace=wrap;html=1;fillColor=#f1f5f9;strokeColor=#90a4ae;fontColor=#1a1a1a;fontSize=10;dashed=1;align=left;spacingLeft=6;verticalAlign=top;spacingTop=4;" value="&lt;div class=&quot;ext-icon&quot; style=&quot;box-sizing: border-box; margin: 0px; padding: 2px 0px 0px; color: rgb(17, 24, 39); font-family: -apple-system, &amp;quot;system-ui&amp;quot;, &amp;quot;Segoe UI&amp;quot;, Roboto, sans-serif; background-color: rgb(248, 250, 252);&quot;&gt;&lt;font style=&quot;font-size: 14px;&quot;&gt;&lt;span style=&quot;color: rgb(30, 41, 59); font-weight: 700;&quot;&gt;&amp;nbsp; &amp;nbsp; &amp;nbsp; &amp;nbsp; &amp;nbsp; &amp;nbsp; GitHub &amp;nbsp;&lt;/span&gt;&lt;span style=&quot;box-sizing: border-box; margin: 0px; padding: 0px; color: rgb(100, 116, 139);&quot;&gt;(target repository)&lt;/span&gt;&lt;/font&gt;&lt;/div&gt;" vertex="1">
          <mxGeometry height="72" width="480" x="510" y="584" as="geometry" />
        </mxCell>
        <mxCell id="e-cli-sup" edge="1" parent="1" source="cli" style="edgeStyle=orthogonalEdgeStyle;rounded=0;strokeColor=#546e7a;strokeWidth=1.2;fontSize=10;align=center;exitX=0.5;exitY=1;exitDx=0;exitDy=0;fontStyle=1;" value="">
          <mxGeometry relative="1" as="geometry">
            <Array as="points">
              <mxPoint x="516" y="111" />
            </Array>
            <mxPoint x="516" y="111" as="targetPoint" />
          </mxGeometry>
        </mxCell>
        <mxCell id="hgE_cEfjaOAfdvFI9JkB-5" connectable="0" parent="e-cli-sup" style="edgeLabel;html=1;align=center;verticalAlign=middle;resizable=0;points=[];" value="&lt;span style=&quot;font-weight: 700;&quot;&gt;&lt;font style=&quot;font-size: 12px;&quot;&gt;AgentState initialized · thread created&lt;/font&gt;&lt;/span&gt;" vertex="1">
          <mxGeometry relative="1" x="-0.2122" y="1" as="geometry">
            <mxPoint y="-1" as="offset" />
          </mxGeometry>
        </mxCell>
-         <mxCell id="e-sup-reader" edge="1" parent="1" source="supervisor" style="edgeStyle=orthogonalEdgeStyle;rounded=0;strokeColor=#546e7a;strokeWidth=2;entryX=0.5;entryY=0;entryDx=0;entryDy=0;exitX=0.095;exitY=1.024;exitDx=0;exitDy=0;exitPerimeter=0;" target="reader" value="">
+         <mxCell id="e-sup-reader" edge="1" parent="1" source="supervisor" style="edgeStyle=orthogonalEdgeStyle;rounded=0;strokeColor=#546e7a;strokeWidth=2;entryX=0.5;entryY=0;entryDx=0;entryDy=0;exitX=0.091;exitY=1.016;exitDx=0;exitDy=0;exitPerimeter=0;" target="reader" value="">
          <mxGeometry relative="1" as="geometry">
-             <mxPoint x="161" y="214" as="sourcePoint" />
+             <mxPoint x="154" y="215" as="sourcePoint" />
          </mxGeometry>
        </mxCell>
-         <mxCell id="e-sup-rem" edge="1" parent="1" source="supervisor" style="edgeStyle=orthogonalEdgeStyle;rounded=0;strokeColor=#546e7a;strokeWidth=2;entryX=0.25;entryY=0;entryDx=0;entryDy=0;exitX=0.295;exitY=0.992;exitDx=0;exitDy=0;exitPerimeter=0;" target="remediator" value="">
+         <mxCell id="e-sup-rem" edge="1" parent="1" source="supervisor" style="edgeStyle=orthogonalEdgeStyle;rounded=0;strokeColor=#546e7a;strokeWidth=2;entryX=0.25;entryY=0;entryDx=0;entryDy=0;exitX=0.274;exitY=0.984;exitDx=0;exitDy=0;exitPerimeter=0;" value="">
          <mxGeometry relative="1" as="geometry">
-             <mxPoint x="340" y="216" as="sourcePoint" />
-             <mxPoint x="331" y="249" as="targetPoint" />
+             <mxPoint x="319.155" y="210.50400000000002" as="sourcePoint" />
+             <mxPoint x="320" y="249" as="targetPoint" />
          </mxGeometry>
        </mxCell>
-         <mxCell id="e-sup-val" edge="1" parent="1" source="supervisor" style="edgeStyle=orthogonalEdgeStyle;rounded=0;strokeColor=#546e7a;strokeWidth=2;entryX=0.75;entryY=0;entryDx=0;entryDy=0;exitX=0.672;exitY=0.96;exitDx=0;exitDy=0;exitPerimeter=0;" target="validator" value="">
+         <mxCell id="e-sup-val" edge="1" parent="1" style="edgeStyle=orthogonalEdgeStyle;rounded=0;strokeColor=#546e7a;strokeWidth=2;entryX=0.75;entryY=0;entryDx=0;entryDy=0;exitX=0.672;exitY=0.96;exitDx=0;exitDy=0;exitPerimeter=0;" value="">
          <mxGeometry relative="1" as="geometry">
-             <mxPoint x="684" y="220" as="sourcePoint" />
+             <mxPoint x="703.848" y="208.51999999999998" as="sourcePoint" />
+             <mxPoint x="703.5" y="249" as="targetPoint" />
          </mxGeometry>
        </mxCell>
        <mxCell id="e-sup-gh" edge="1" parent="1" source="supervisor" style="edgeStyle=orthogonalEdgeStyle;rounded=0;strokeColor=#546e7a;strokeWidth=2;exitX=0.871;exitY=0.992;exitDx=0;exitDy=0;entryX=0.5;entryY=0;entryDx=0;entryDy=0;exitPerimeter=0;" target="github-agent" value="">
          <mxGeometry relative="1" as="geometry" />
        </mxCell>
        <mxCell id="e-a1-a2" edge="1" parent="1" source="reader" style="edgeStyle=orthogonalEdgeStyle;rounded=0;strokeColor=#546e7a;strokeWidth=2;exitX=1;exitY=0.5;exitDx=0;exitDy=0;entryX=0;entryY=0.5;entryDx=0;entryDy=0;" target="remediator" value="">
          <mxGeometry relative="1" as="geometry" />
        </mxCell>
        <mxCell id="e-a2-a3" edge="1" parent="1" source="remediator" style="edgeStyle=orthogonalEdgeStyle;rounded=0;strokeColor=#546e7a;strokeWidth=2;exitX=1;exitY=0.5;exitDx=0;exitDy=0;entryX=0;entryY=0.5;entryDx=0;entryDy=0;" target="validator" value="">
          <mxGeometry relative="1" as="geometry" />
        </mxCell>
        <mxCell id="e-a3-a4" edge="1" parent="1" source="validator" style="edgeStyle=orthogonalEdgeStyle;rounded=0;strokeColor=#546e7a;strokeWidth=2;exitX=1;exitY=0.5;exitDx=0;exitDy=0;entryX=0;entryY=0.5;entryDx=0;entryDy=0;" target="github-agent" value="">
          <mxGeometry relative="1" as="geometry" />
        </mxCell>
-         <mxCell id="e-retry" edge="1" parent="1" source="validator" style="edgeStyle=orthogonalEdgeStyle;rounded=1;strokeColor=light-dark(#ff0000, #934a4a);strokeWidth=6;dashed=1;fontSize=12;fontColor=light-dark(#ff0000, #934a4a);fontStyle=1;entryX=0;entryY=0.25;entryDx=0;entryDy=0;exitX=1;exitY=0.25;exitDx=0;exitDy=0;" target="remediator" value="     Remaining &gt; 0   &amp;&amp;   Round &lt; N  ↩ Retry     ">
-           <mxGeometry relative="1" x="0.0011" as="geometry">
+         <mxCell id="e-retry" edge="1" parent="1" style="edgeStyle=orthogonalEdgeStyle;rounded=1;strokeColor=light-dark(#ff0000, #934a4a);strokeWidth=4;dashed=1;fontSize=16;fontColor=light-dark(#ff0000, #934a4a);fontStyle=1;entryX=0;entryY=0.25;entryDx=0;entryDy=0;exitX=1;exitY=0.25;exitDx=0;exitDy=0;labelBackgroundColor=light-dark(#00ff11, #ededed);" value="     Remaining &gt; 0   &amp;&amp;   Round &lt; N  ↩ Retry     ">
+           <mxGeometry relative="1" x="0.0025" as="geometry">
            <mxPoint as="offset" />
            <Array as="points">
-               <mxPoint x="760" y="284" />
-               <mxPoint x="760" y="234" />
-               <mxPoint x="260" y="234" />
-               <mxPoint x="260" y="284" />
+               <mxPoint x="759" y="289" />
+               <mxPoint x="759" y="228" />
+               <mxPoint x="259" y="228" />
+               <mxPoint x="259" y="289" />
            </Array>
-             <mxPoint x="715" y="274" as="sourcePoint" />
-             <mxPoint x="290" y="275" as="targetPoint" />
+             <mxPoint x="728" y="288.5" as="sourcePoint" />
+             <mxPoint x="289" y="288.75" as="targetPoint" />
          </mxGeometry>
        </mxCell>
        <mxCell id="e-rem-rag" edge="1" parent="1" style="edgeStyle=orthogonalEdgeStyle;rounded=0;strokeColor=#90a4ae;strokeWidth=2;endArrow=open;endFill=0;entryX=0.5;entryY=0;entryDx=0;entryDy=0;" target="rag" value="">
          <mxGeometry relative="1" as="geometry">
            <Array as="points">
              <mxPoint x="339" y="425" />
              <mxPoint x="235" y="425" />
            </Array>
            <mxPoint x="338.5" y="419" as="sourcePoint" />
            <mxPoint x="233" y="437" as="targetPoint" />
          </mxGeometry>
        </mxCell>
        <mxCell id="e-rem-llm" edge="1" parent="1" source="remediator" style="edgeStyle=orthogonalEdgeStyle;rounded=0;strokeColor=#90a4ae;strokeWidth=2;endArrow=open;endFill=0;exitX=0.25;exitY=1;exitDx=0;exitDy=0;" target="litellm" value="">
          <mxGeometry relative="1" as="geometry">
            <Array as="points">
              <mxPoint x="339" y="408" />
              <mxPoint x="339" y="425" />
              <mxPoint x="457" y="425" />
            </Array>
            <mxPoint x="339" y="417" as="sourcePoint" />
            <mxPoint x="457" y="444" as="targetPoint" />
          </mxGeometry>
        </mxCell>
-         <mxCell id="e-sup-sqlite" edge="1" parent="1" style="edgeStyle=orthogonalEdgeStyle;rounded=0;strokeColor=#ffb74d;strokeWidth=3;endArrow=open;endFill=0;fontSize=15;entryX=0.913;entryY=0;entryDx=0;entryDy=0;entryPerimeter=0;exitX=0.975;exitY=0.968;exitDx=0;exitDy=0;exitPerimeter=0;labelBackgroundColor=light-dark(#01f9e8, #ededed);fontColor=light-dark(#fa0000, #ededed);fontStyle=1" value=" checkpoint">
+         <mxCell id="e-sup-sqlite" edge="1" parent="1" source="supervisor" style="edgeStyle=orthogonalEdgeStyle;rounded=0;strokeColor=#ffb74d;strokeWidth=3;endArrow=open;endFill=0;fontSize=15;entryX=0.913;entryY=0;entryDx=0;entryDy=0;entryPerimeter=0;exitX=0.988;exitY=0.984;exitDx=0;exitDy=0;exitPerimeter=0;labelBackgroundColor=light-dark(#01f9e8, #ededed);fontColor=light-dark(#fa0000, #ededed);fontStyle=1" value=" checkpoint">
          <mxGeometry relative="1" x="0.7881" y="-19" as="geometry">
            <mxPoint y="-1" as="offset" />
            <mxPoint x="969.0250000000001" y="215.01600000000008" as="sourcePoint" />
            <mxPoint x="969.1199999999999" y="452" as="targetPoint" />
          </mxGeometry>
        </mxCell>
        <mxCell id="e-reader-sonar" edge="1" parent="1" source="reader" style="edgeStyle=orthogonalEdgeStyle;rounded=0;strokeColor=#90a4ae;strokeWidth=2;endArrow=open;endFill=0;exitX=0.141;exitY=1.003;exitDx=0;exitDy=0;exitPerimeter=0;" value="">
          <mxGeometry relative="1" as="geometry">
            <mxPoint x="85" y="398" as="sourcePoint" />
            <mxPoint x="85" y="570" as="targetPoint" />
          </mxGeometry>
        </mxCell>
        <mxCell id="e-val-sonar" edge="1" parent="1" source="validator" style="edgeStyle=orthogonalEdgeStyle;rounded=0;strokeColor=#90a4ae;strokeWidth=2;endArrow=open;endFill=0;exitX=0.5;exitY=1;exitDx=0;exitDy=0;entryX=0.807;entryY=-0.006;entryDx=0;entryDy=0;entryPerimeter=0;" target="sonar" value="">
          <mxGeometry relative="1" as="geometry">
            <Array as="points">
              <mxPoint x="634" y="554" />
              <mxPoint x="388" y="554" />
            </Array>
            <mxPoint x="380" y="528" as="targetPoint" />
          </mxGeometry>
        </mxCell>
+         <mxCell id="r89WEBbX8JHI1xpW9uaq-2" parent="1" style="rounded=1;whiteSpace=wrap;html=1;strokeWidth=3;fillColor=none;strokeColor=light-dark(#ff0000, #ededed);" value="" vertex="1">
+           <mxGeometry height="23.5" width="349" x="335" y="217" as="geometry" />
+         </mxCell>
        <mxCell id="e-ghagent-gh" edge="1" parent="1" source="github-agent" style="edgeStyle=orthogonalEdgeStyle;rounded=0;strokeColor=#90a4ae;strokeWidth=2;endArrow=open;endFill=0;exitX=0.5;exitY=1;exitDx=0;exitDy=0;entryX=0.394;entryY=0.021;entryDx=0;entryDy=0;entryPerimeter=0;" target="gh" value="">
          <mxGeometry relative="1" as="geometry">
            <Array as="points">
              <mxPoint x="862" y="433" />
              <mxPoint x="699" y="433" />
            </Array>
            <mxPoint x="700" y="580" as="targetPoint" />
          </mxGeometry>
        </mxCell>
        <mxCell id="o23SUQjP1X1r7azrbHUw-3" parent="1" style="dashed=0;outlineConnect=0;html=1;align=center;labelPosition=center;verticalLabelPosition=bottom;verticalAlign=top;shape=mxgraph.weblogos.github" value="" vertex="1">
          <mxGeometry height="29" width="32.5" x="519" y="586" as="geometry" />
        </mxCell>
      </root>
    </mxGraphModel>
  </diagram>
</mxfile>
